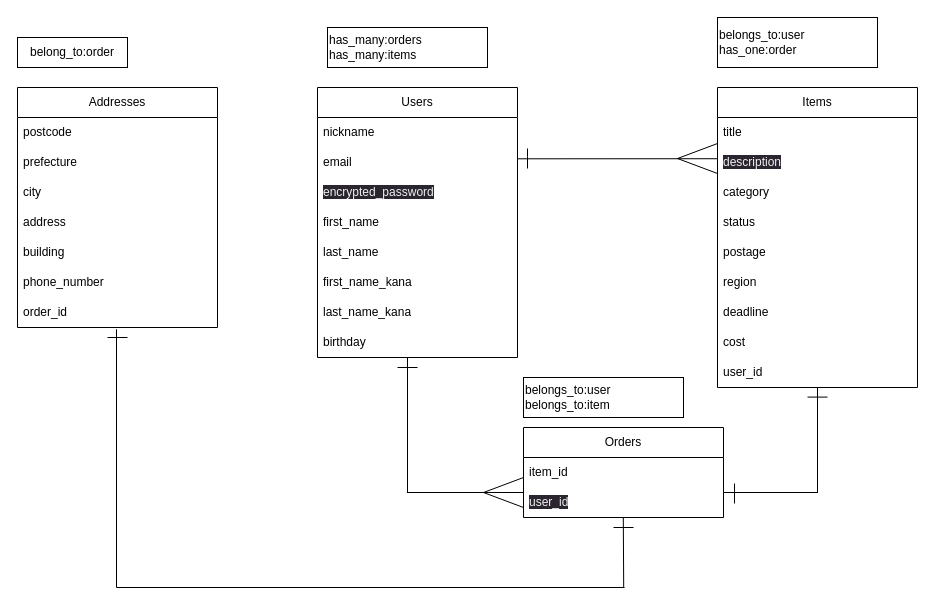
Before: ERfigure.dio in bondinu/furima-39203, a draw.io diagram. Source tidied: cells renumbered, new cells numbered last; positions are measured from the earlier drawing's top-left corner, leaving out a move shared by most shapes. Both pictures are drawn from the tidied source at 100%, with x=0, y=0 at pixel (17, 17).
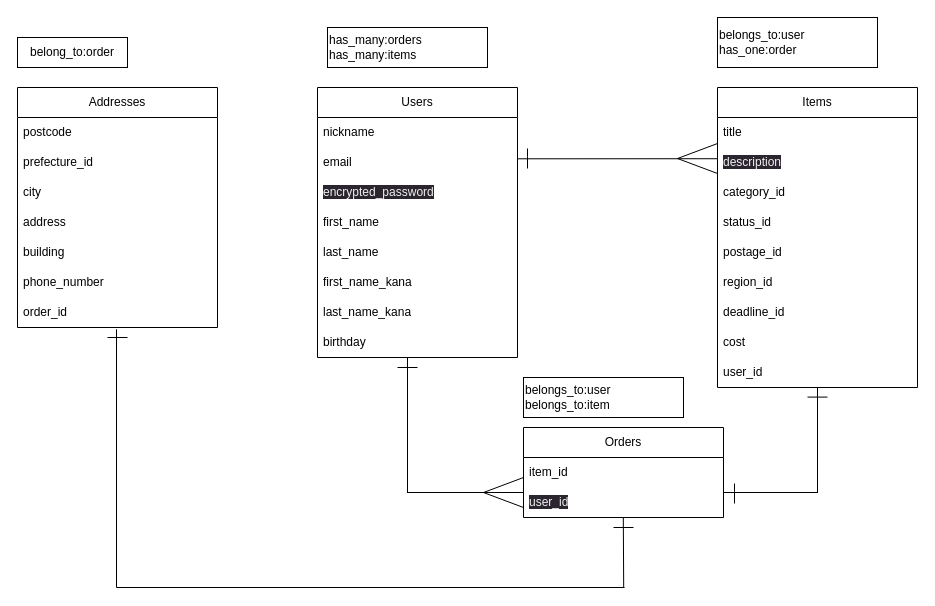
Above is the later version.

Commit message (it also covers changes not shown here):
データベース設計　修正３

Unchanged cells that the change refers to:
```xml
<mxCell id="11" value="Items" style="swimlane;fontStyle=0;horizontal=1;startSize=30;whiteSpace=wrap;html=1;" parent="1" vertex="1">
  <mxGeometry x="700" y="70" width="200" height="300" as="geometry" />
</mxCell>
<mxCell id="27" value="Addresses" style="swimlane;fontStyle=0;horizontal=1;startSize=30;whiteSpace=wrap;html=1;" parent="1" vertex="1">
  <mxGeometry y="70" width="200" height="240" as="geometry" />
</mxCell>
```

Diff of the diagram source:
```diff
@@
-    <mxCell id="14" value="category" style="text;strokeColor=none;fillColor=none;align=left;verticalAlign=middle;spacingLeft=4;spacingRight=4;overflow=hidden;whiteSpace=wrap;html=1;" parent="11" vertex="1">
+    <mxCell id="14" value="category_id" style="text;strokeColor=none;fillColor=none;align=left;verticalAlign=middle;spacingLeft=4;spacingRight=4;overflow=hidden;whiteSpace=wrap;html=1;" parent="11" vertex="1">
       <mxGeometry y="90" width="200" height="30" as="geometry" />
     </mxCell>
-    <mxCell id="15" value="status" style="text;strokeColor=none;fillColor=none;align=left;verticalAlign=middle;spacingLeft=4;spacingRight=4;overflow=hidden;whiteSpace=wrap;html=1;" parent="11" vertex="1">
+    <mxCell id="15" value="status_id" style="text;strokeColor=none;fillColor=none;align=left;verticalAlign=middle;spacingLeft=4;spacingRight=4;overflow=hidden;whiteSpace=wrap;html=1;" parent="11" vertex="1">
       <mxGeometry y="120" width="200" height="30" as="geometry" />
     </mxCell>
-    <mxCell id="16" value="postage" style="text;strokeColor=none;fillColor=none;align=left;verticalAlign=middle;spacingLeft=4;spacingRight=4;overflow=hidden;whiteSpace=wrap;html=1;" parent="11" vertex="1">
+    <mxCell id="16" value="postage_id" style="text;strokeColor=none;fillColor=none;align=left;verticalAlign=middle;spacingLeft=4;spacingRight=4;overflow=hidden;whiteSpace=wrap;html=1;" parent="11" vertex="1">
       <mxGeometry y="150" width="200" height="30" as="geometry" />
     </mxCell>
-    <mxCell id="17" value="region" style="text;strokeColor=none;fillColor=none;align=left;verticalAlign=middle;spacingLeft=4;spacingRight=4;overflow=hidden;whiteSpace=wrap;html=1;" parent="11" vertex="1">
+    <mxCell id="17" value="region_id" style="text;strokeColor=none;fillColor=none;align=left;verticalAlign=middle;spacingLeft=4;spacingRight=4;overflow=hidden;whiteSpace=wrap;html=1;" parent="11" vertex="1">
       <mxGeometry y="180" width="200" height="30" as="geometry" />
     </mxCell>
-    <mxCell id="18" value="deadline" style="text;strokeColor=none;fillColor=none;align=left;verticalAlign=middle;spacingLeft=4;spacingRight=4;overflow=hidden;whiteSpace=wrap;html=1;" parent="11" vertex="1">
+    <mxCell id="18" value="deadline_id" style="text;strokeColor=none;fillColor=none;align=left;verticalAlign=middle;spacingLeft=4;spacingRight=4;overflow=hidden;whiteSpace=wrap;html=1;" parent="11" vertex="1">
       <mxGeometry y="210" width="200" height="30" as="geometry" />
     </mxCell>
@@
-    <mxCell id="29" value="prefecture" style="text;strokeColor=none;fillColor=none;align=left;verticalAlign=middle;spacingLeft=4;spacingRight=4;overflow=hidden;whiteSpace=wrap;html=1;" parent="27" vertex="1">
+    <mxCell id="29" value="prefecture_id" style="text;strokeColor=none;fillColor=none;align=left;verticalAlign=middle;spacingLeft=4;spacingRight=4;overflow=hidden;whiteSpace=wrap;html=1;" parent="27" vertex="1">
       <mxGeometry y="60" width="200" height="30" as="geometry" />
     </mxCell>
```
